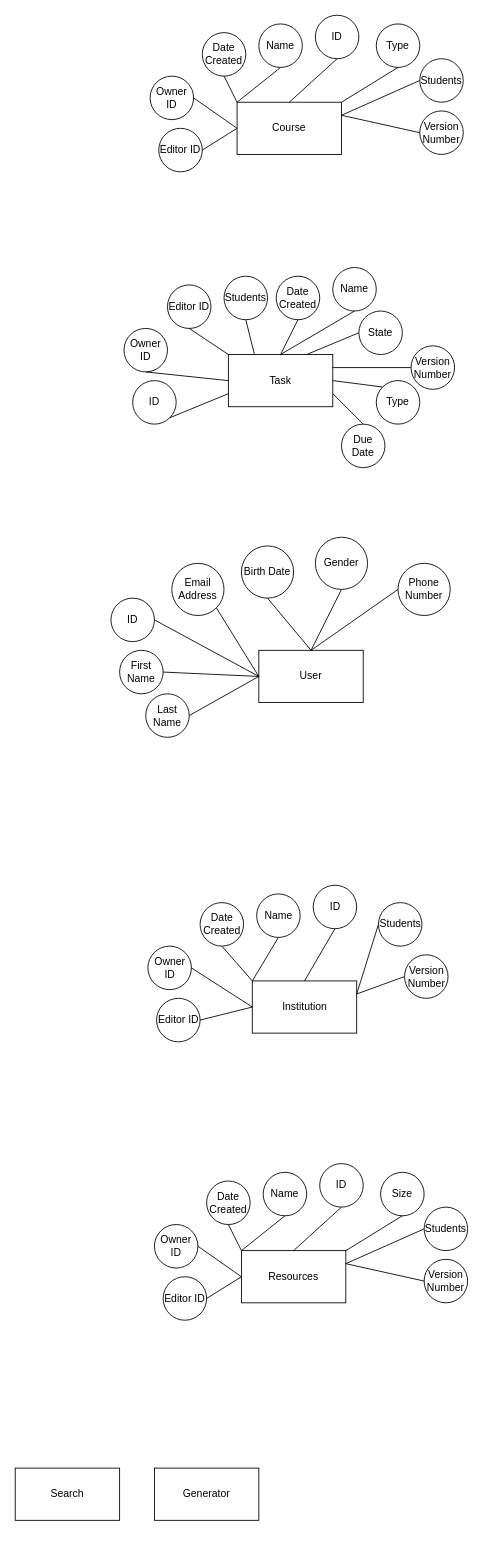
The draw.io diagram diagrams/db/DatabaseER.drawio in Apollo-LW/Apollo-LW, before the edit. Source tidied: cells renumbered, new cells numbered last; positions are measured from the earlier drawing's top-left corner, leaving out a move shared by most shapes. Both pictures are drawn from the tidied source at 87%, with x=0, y=0 at pixel (15, 15).
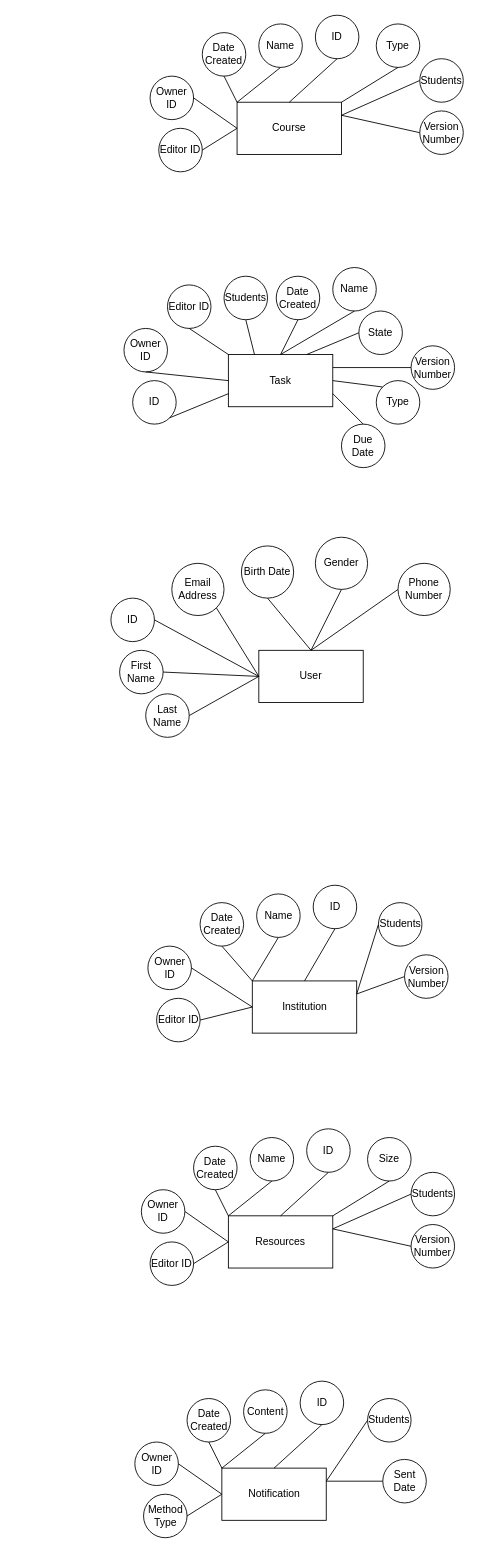
After the change.

Commit message:
Add Notification Data Model

What changed in the source:
```diff
@@
-    <mxCell id="5" value="Search" style="rounded=0;whiteSpace=wrap;html=1;" parent="1" vertex="1">
-      <mxGeometry y="1670" width="120" height="60" as="geometry" />
-    </mxCell>
-    <mxCell id="6" value="Generator" style="rounded=0;whiteSpace=wrap;html=1;" parent="1" vertex="1">
-      <mxGeometry x="160" y="1670" width="120" height="60" as="geometry" />
-    </mxCell>
@@
     <mxCell id="72" value="Resources" style="rounded=0;whiteSpace=wrap;html=1;" parent="1" vertex="1">
-      <mxGeometry x="260" y="1420" width="120" height="60" as="geometry" />
+      <mxGeometry x="245" y="1380" width="120" height="60" as="geometry" />
     </mxCell>
     <mxCell id="73" value="Name" style="ellipse;whiteSpace=wrap;html=1;" parent="1" vertex="1">
-      <mxGeometry x="285" y="1330" width="50" height="50" as="geometry" />
+      <mxGeometry x="270" y="1290" width="50" height="50" as="geometry" />
     </mxCell>
     <mxCell id="74" value="Date Created" style="ellipse;whiteSpace=wrap;html=1;" parent="1" vertex="1">
-      <mxGeometry x="220" y="1340" width="50" height="50" as="geometry" />
+      <mxGeometry x="205" y="1300" width="50" height="50" as="geometry" />
     </mxCell>
     <mxCell id="75" value="ID" style="ellipse;whiteSpace=wrap;html=1;" parent="1" vertex="1">
-      <mxGeometry x="350" y="1320" width="50" height="50" as="geometry" />
+      <mxGeometry x="335" y="1280" width="50" height="50" as="geometry" />
     </mxCell>
     <mxCell id="76" value="Version Number" style="ellipse;whiteSpace=wrap;html=1;" parent="1" vertex="1">
-      <mxGeometry x="470" y="1430" width="50" height="50" as="geometry" />
+      <mxGeometry x="455" y="1390" width="50" height="50" as="geometry" />
     </mxCell>
     <mxCell id="77" value="Owner ID" style="ellipse;whiteSpace=wrap;html=1;" parent="1" vertex="1">
-      <mxGeometry x="160" y="1390" width="50" height="50" as="geometry" />
+      <mxGeometry x="145" y="1350" width="50" height="50" as="geometry" />
     </mxCell>
     <mxCell id="78" value="Editor ID" style="ellipse;whiteSpace=wrap;html=1;" parent="1" vertex="1">
-      <mxGeometry x="170" y="1450" width="50" height="50" as="geometry" />
+      <mxGeometry x="155" y="1410" width="50" height="50" as="geometry" />
     </mxCell>
     <mxCell id="79" value="Size" style="ellipse;whiteSpace=wrap;html=1;" parent="1" vertex="1">
-      <mxGeometry x="420" y="1330" width="50" height="50" as="geometry" />
+      <mxGeometry x="405" y="1290" width="50" height="50" as="geometry" />
     </mxCell>
     <mxCell id="80" value="Students" style="ellipse;whiteSpace=wrap;html=1;" parent="1" vertex="1">
-      <mxGeometry x="470" y="1370" width="50" height="50" as="geometry" />
+      <mxGeometry x="455" y="1330" width="50" height="50" as="geometry" />
     </mxCell>
@@
+    <mxCell id="89" value="Notification" style="rounded=0;whiteSpace=wrap;html=1;" parent="1" vertex="1">
+      <mxGeometry x="237.5" y="1670" width="120" height="60" as="geometry" />
+    </mxCell>
+    <mxCell id="90" value="Content" style="ellipse;whiteSpace=wrap;html=1;" parent="1" vertex="1">
+      <mxGeometry x="262.5" y="1580" width="50" height="50" as="geometry" />
+    </mxCell>
+    <mxCell id="91" value="Date Created" style="ellipse;whiteSpace=wrap;html=1;" parent="1" vertex="1">
+      <mxGeometry x="197.5" y="1590" width="50" height="50" as="geometry" />
+    </mxCell>
+    <mxCell id="92" value="ID" style="ellipse;whiteSpace=wrap;html=1;" parent="1" vertex="1">
+      <mxGeometry x="327.5" y="1570" width="50" height="50" as="geometry" />
+    </mxCell>
+    <mxCell id="93" value="Sent Date" style="ellipse;whiteSpace=wrap;html=1;" parent="1" vertex="1">
+      <mxGeometry x="422.5" y="1660" width="50" height="50" as="geometry" />
+    </mxCell>
+    <mxCell id="94" value="Owner ID" style="ellipse;whiteSpace=wrap;html=1;" parent="1" vertex="1">
+      <mxGeometry x="137.5" y="1640" width="50" height="50" as="geometry" />
+    </mxCell>
+    <mxCell id="95" value="Method Type" style="ellipse;whiteSpace=wrap;html=1;" parent="1" vertex="1">
+      <mxGeometry x="147.5" y="1700" width="50" height="50" as="geometry" />
+    </mxCell>
+    <mxCell id="96" value="Students" style="ellipse;whiteSpace=wrap;html=1;" parent="1" vertex="1">
+      <mxGeometry x="405" y="1590" width="50" height="50" as="geometry" />
+    </mxCell>
+    <mxCell id="97" style="endArrow=none;html=1;rounded=0;exitX=1;exitY=0.5;exitDx=0;exitDy=0;entryX=0;entryY=0.5;entryDx=0;entryDy=0;" parent="1" edge="1" source="94" target="89">
+      <mxGeometry relative="1" as="geometry" />
+    </mxCell>
+    <mxCell id="98" style="endArrow=none;html=1;rounded=0;exitX=0.5;exitY=1;exitDx=0;exitDy=0;entryX=0;entryY=0;entryDx=0;entryDy=0;" parent="1" edge="1" source="91" target="89">
+      <mxGeometry relative="1" as="geometry" />
+    </mxCell>
+    <mxCell id="99" style="endArrow=none;html=1;rounded=0;exitX=0.5;exitY=1;exitDx=0;exitDy=0;entryX=0;entryY=0;entryDx=0;entryDy=0;" parent="1" edge="1" source="90" target="89">
+      <mxGeometry relative="1" as="geometry" />
+    </mxCell>
+    <mxCell id="100" style="endArrow=none;html=1;rounded=0;exitX=0.5;exitY=1;exitDx=0;exitDy=0;entryX=0.5;entryY=0;entryDx=0;entryDy=0;" parent="1" edge="1" source="92" target="89">
+      <mxGeometry relative="1" as="geometry" />
+    </mxCell>
+    <mxCell id="101" style="endArrow=none;html=1;rounded=0;exitX=0;exitY=0.5;exitDx=0;exitDy=0;entryX=1;entryY=0.25;entryDx=0;entryDy=0;" parent="1" edge="1" source="96" target="89">
+      <mxGeometry relative="1" as="geometry" />
+    </mxCell>
+    <mxCell id="102" style="endArrow=none;html=1;rounded=0;exitX=0;exitY=0.5;exitDx=0;exitDy=0;entryX=1;entryY=0.25;entryDx=0;entryDy=0;" parent="1" edge="1" source="93" target="89">
+      <mxGeometry relative="1" as="geometry" />
+    </mxCell>
+    <mxCell id="103" style="endArrow=none;html=1;rounded=0;exitX=0;exitY=0.5;exitDx=0;exitDy=0;entryX=1;entryY=0.5;entryDx=0;entryDy=0;" parent="1" edge="1" source="89" target="95">
+      <mxGeometry relative="1" as="geometry" />
+    </mxCell>
```
